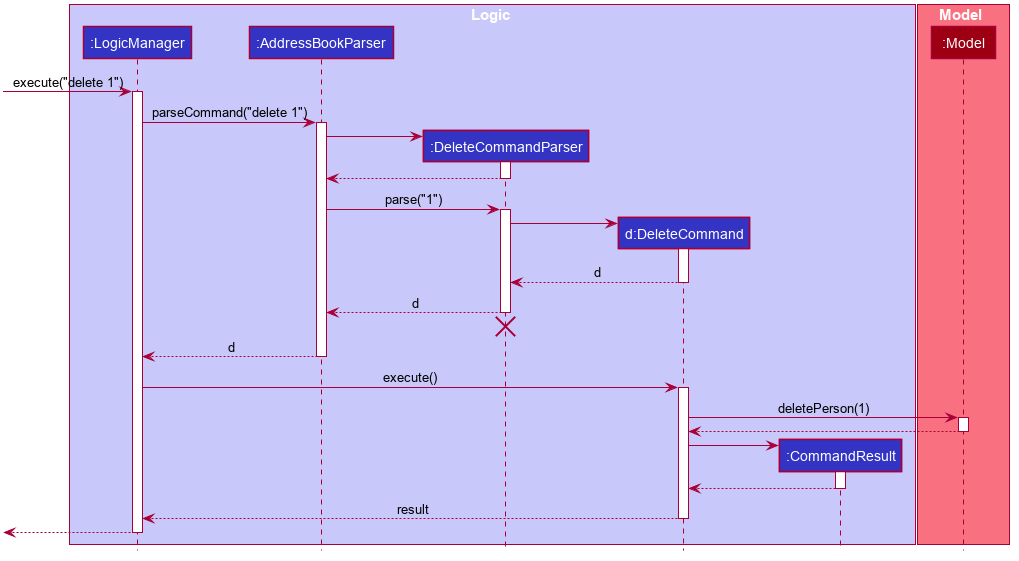
Before: docs/images/DeleteSequenceDiagram.png, a diagram exported from PlantUML (nus-cs2103-AY2021S2/tp).
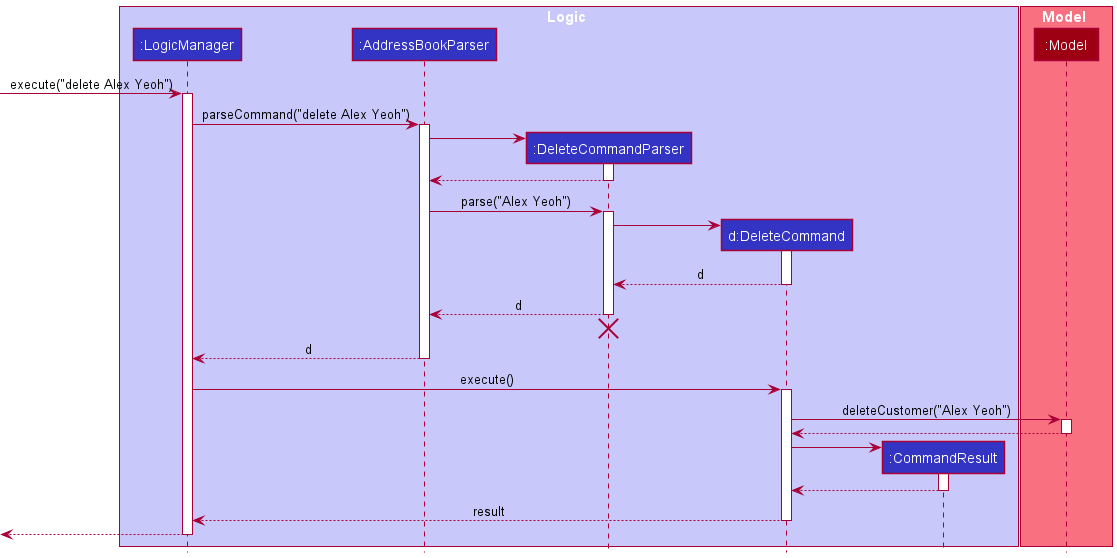
After the change.

Commit message:
Resolve website and diagram screenshots

Diff of the diagram source:
```diff
@@ -1,69 +1,22 @@
 @startuml
+!include style.puml
 
-
-
-
-
-
-
-
-skinparam BackgroundColor #FFFFFFF
-
-skinparam Shadowing false
-
-skinparam Class {
-    FontColor #FFFFFF
-    BorderThickness 1
-    BorderColor #FFFFFF
-    StereotypeFontColor #FFFFFF
-    FontName Arial
-}
-
-skinparam Actor {
-    BorderColor #000000
-    Color #000000
-    FontName Arial
-}
-
-skinparam Sequence {
-    MessageAlign center
-    BoxFontSize 15
-    BoxPadding 0
-    BoxFontColor #FFFFFF
-    FontName Arial
-}
-
-skinparam Participant {
-    FontColor #FFFFFFF
-    Padding 20
-}
-
-skinparam MinClassWidth 50
-skinparam ParticipantPadding 10
-skinparam Shadowing false
-skinparam DefaultTextAlignment center
-skinparam packageStyle Rectangle
-
-hide footbox
-hide members
-hide circle
-
-box Logic #C8C8FA
-participant ":LogicManager" as LogicManager #3333C4
-participant ":AddressBookParser" as AddressBookParser #3333C4
-participant ":DeleteCommandParser" as DeleteCommandParser #3333C4
-participant "d:DeleteCommand" as DeleteCommand #3333C4
-participant ":CommandResult" as CommandResult #3333C4
+box Logic LOGIC_COLOR_T1
+participant ":LogicManager" as LogicManager LOGIC_COLOR
+participant ":AddressBookParser" as AddressBookParser LOGIC_COLOR
+participant ":DeleteCommandParser" as DeleteCommandParser LOGIC_COLOR
+participant "d:DeleteCommand" as DeleteCommand LOGIC_COLOR
+participant ":CommandResult" as CommandResult LOGIC_COLOR
 end box
 
-box Model #F97181
-participant ":Model" as Model #9D0012
+box Model MODEL_COLOR_T1
+participant ":Model" as Model MODEL_COLOR
 end box
 
-[-> LogicManager : execute("delete 1")
+[-> LogicManager : execute("delete Alex Yeoh")
 activate LogicManager
 
-LogicManager -> AddressBookParser : parseCommand("delete 1")
+LogicManager -> AddressBookParser : parseCommand("delete Alex Yeoh")
 activate AddressBookParser
 
 create DeleteCommandParser
@@ -73,7 +26,7 @@
 DeleteCommandParser --> AddressBookParser
 deactivate DeleteCommandParser
 
-AddressBookParser -> DeleteCommandParser : parse("1")
+AddressBookParser -> DeleteCommandParser : parse("Alex Yeoh")
 activate DeleteCommandParser
 
 create DeleteCommand
@@ -94,7 +47,7 @@
 LogicManager -> DeleteCommand : execute()
 activate DeleteCommand
 
-DeleteCommand -> Model : deletePerson(1)
+DeleteCommand -> Model : deleteCustomer("Alex Yeoh")
 activate Model
 
 Model --> DeleteCommand
```
